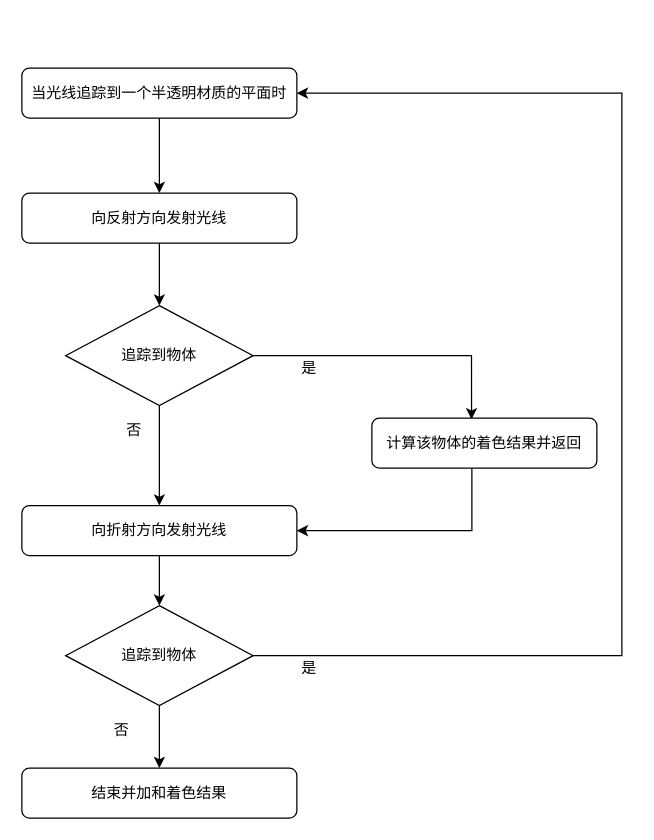
DiaryChris/typora-image keeps this draw.io diagram as page "Page-1" (1 of 3) of typora202105/09/Untitled Diagram.drawio. Above is the earlier version. Source tidied: cells renumbered, new cells numbered last; positions are measured from the earlier drawing's top-left corner, leaving out a move shared by most shapes. Both pictures are drawn from the tidied source at 125%, with x=0, y=0 at pixel (21, 68).
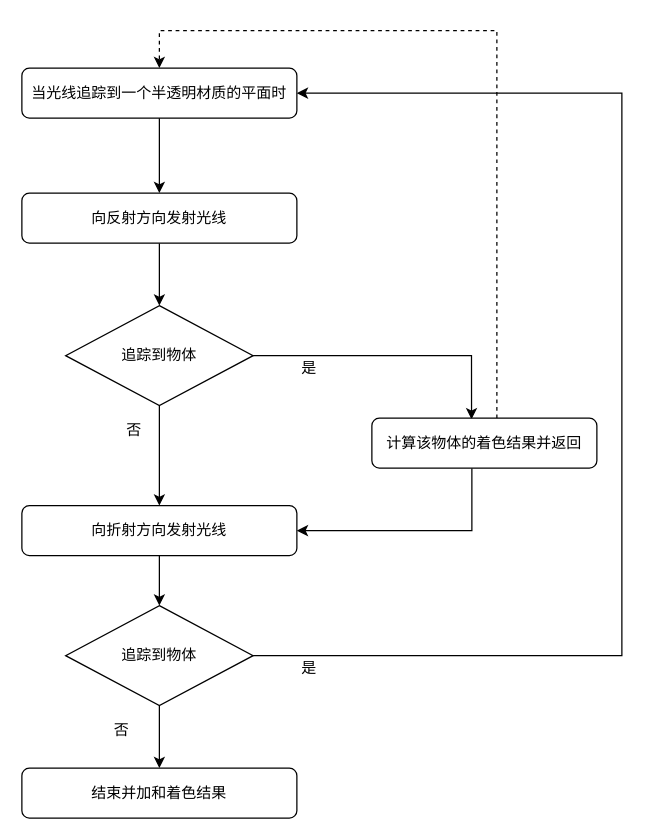
The same diagram, later.

The change refers to these unchanged cells:
```xml
<mxCell id="2" value="当光线追踪到一个半透明材质的平面时" style="rounded=1;whiteSpace=wrap;html=1;fontSize=12;glass=0;strokeWidth=1;shadow=0;" parent="1" vertex="1">
  <mxGeometry width="220" height="40" as="geometry" />
</mxCell>
<mxCell id="7" value="计算该物体的着色结果并返回" style="rounded=1;whiteSpace=wrap;html=1;fontSize=12;glass=0;strokeWidth=1;shadow=0;" parent="1" vertex="1">
  <mxGeometry x="280" y="280" width="180" height="40" as="geometry" />
</mxCell>
```

What changed in the source:
```diff
@@
+    <mxCell id="21" style="edgeStyle=orthogonalEdgeStyle;rounded=0;jettySize=auto;html=1;entryX=0.5;entryY=0;entryDx=0;entryDy=0;dashed=1;" parent="1" edge="1" source="7" target="2">
+      <mxGeometry relative="1" as="geometry">
+        <Array as="points">
+          <mxPoint x="380" y="-30" />
+          <mxPoint x="110" y="-30" />
+        </Array>
+      </mxGeometry>
+    </mxCell>
```
